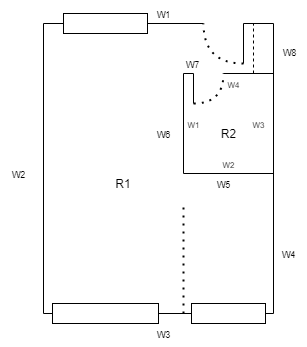
Before: SmallDepartment/Floorplan_Small_Apartment.png, a diagram exported from draw.io (Kristian1997/ARTestData). Source tidied: cells renumbered, new cells last; positions are measured from the earlier drawing's top-left corner, leaving out a move shared by most shapes. Its diagram source:
```xml
<mxGraphModel>
  <root>
    <mxCell id="0" />
    <mxCell id="1" parent="0" />
    <mxCell id="2" style="endArrow=none;html=1;" parent="1" edge="1">
      <mxGeometry relative="1" as="geometry">
        <mxPoint x="40" y="310" as="sourcePoint" />
        <mxPoint x="40" y="20" as="targetPoint" />
      </mxGeometry>
    </mxCell>
    <mxCell id="3" style="endArrow=none;html=1;" parent="1" edge="1" source="19">
      <mxGeometry relative="1" as="geometry">
        <mxPoint x="270" y="310" as="targetPoint" />
      </mxGeometry>
    </mxCell>
    <mxCell id="4" style="endArrow=none;html=1;" parent="1" edge="1">
      <mxGeometry relative="1" as="geometry">
        <mxPoint x="40" y="20" as="sourcePoint" />
        <mxPoint x="200" y="20" as="targetPoint" />
      </mxGeometry>
    </mxCell>
    <mxCell id="5" style="endArrow=none;html=1;" parent="1" edge="1">
      <mxGeometry relative="1" as="geometry">
        <mxPoint x="270" y="310" as="sourcePoint" />
        <mxPoint x="270" y="20" as="targetPoint" />
      </mxGeometry>
    </mxCell>
    <mxCell id="6" value="&lt;font style=&quot;font-size: 9px&quot;&gt;W8&lt;/font&gt;" style="edgeLabel;html=1;align=center;verticalAlign=middle;" parent="5" vertex="1">
      <mxGeometry x="0.88" y="-4" relative="1" as="geometry">
        <mxPoint x="11" y="11" as="offset" />
      </mxGeometry>
    </mxCell>
    <mxCell id="7" style="endArrow=none;html=1;" parent="1" edge="1">
      <mxGeometry relative="1" as="geometry">
        <mxPoint x="270" y="70" as="sourcePoint" />
        <mxPoint x="220" y="70" as="targetPoint" />
      </mxGeometry>
    </mxCell>
    <mxCell id="8" style="endArrow=none;html=1;" parent="1" edge="1">
      <mxGeometry relative="1" as="geometry">
        <mxPoint x="180" y="70" as="sourcePoint" />
        <mxPoint x="180" y="170" as="targetPoint" />
      </mxGeometry>
    </mxCell>
    <mxCell id="9" style="endArrow=none;html=1;" parent="1" edge="1">
      <mxGeometry relative="1" as="geometry">
        <mxPoint x="270" y="170" as="sourcePoint" />
        <mxPoint x="180" y="170" as="targetPoint" />
      </mxGeometry>
    </mxCell>
    <mxCell id="10" style="endArrow=none;dashed=1;html=1;dashPattern=1 3;strokeWidth=2;edgeStyle=orthogonalEdgeStyle;curved=1;" parent="1" edge="1">
      <mxGeometry relative="1" as="geometry">
        <mxPoint x="190" y="100" as="sourcePoint" />
        <mxPoint x="220" y="70" as="targetPoint" />
      </mxGeometry>
    </mxCell>
    <mxCell id="11" style="endArrow=none;html=1;" parent="1" edge="1">
      <mxGeometry relative="1" as="geometry">
        <mxPoint x="240" y="20" as="sourcePoint" />
        <mxPoint x="270" y="20" as="targetPoint" />
      </mxGeometry>
    </mxCell>
    <mxCell id="12" style="endArrow=none;dashed=1;html=1;dashPattern=1 3;strokeWidth=2;edgeStyle=orthogonalEdgeStyle;curved=1;" parent="1" edge="1">
      <mxGeometry relative="1" as="geometry">
        <mxPoint x="240" y="60" as="sourcePoint" />
        <mxPoint x="200" y="20" as="targetPoint" />
      </mxGeometry>
    </mxCell>
    <mxCell id="13" style="endArrow=none;html=1;" parent="1" edge="1">
      <mxGeometry relative="1" as="geometry">
        <mxPoint x="240" y="60" as="sourcePoint" />
        <mxPoint x="240" y="20" as="targetPoint" />
      </mxGeometry>
    </mxCell>
    <mxCell id="14" style="endArrow=none;html=1;" parent="1" edge="1">
      <mxGeometry relative="1" as="geometry">
        <mxPoint x="190" y="100" as="sourcePoint" />
        <mxPoint x="190" y="70" as="targetPoint" />
      </mxGeometry>
    </mxCell>
    <mxCell id="15" style="endArrow=none;html=1;" parent="1" edge="1">
      <mxGeometry relative="1" as="geometry">
        <mxPoint x="190" y="70" as="sourcePoint" />
        <mxPoint x="180" y="70" as="targetPoint" />
      </mxGeometry>
    </mxCell>
    <mxCell id="16" style="endArrow=none;dashed=1;html=1;" parent="1" edge="1">
      <mxGeometry relative="1" as="geometry">
        <mxPoint x="250" y="70" as="sourcePoint" />
        <mxPoint x="250" y="20" as="targetPoint" />
      </mxGeometry>
    </mxCell>
    <mxCell id="17" style="rounded=0;whiteSpace=wrap;html=1;" parent="1" vertex="1">
      <mxGeometry x="49" y="300" width="106" height="20" as="geometry" />
    </mxCell>
    <mxCell id="18" style="endArrow=none;html=1;" parent="1" edge="1" target="17">
      <mxGeometry relative="1" as="geometry">
        <mxPoint x="40" y="310" as="sourcePoint" />
      </mxGeometry>
    </mxCell>
    <mxCell id="19" style="rounded=0;whiteSpace=wrap;html=1;" parent="1" vertex="1">
      <mxGeometry x="188" y="300" width="74" height="20" as="geometry" />
    </mxCell>
    <mxCell id="20" style="endArrow=none;html=1;" parent="1" edge="1" source="17" target="19">
      <mxGeometry relative="1" as="geometry" />
    </mxCell>
    <mxCell id="21" style="rounded=0;whiteSpace=wrap;html=1;" parent="1" vertex="1">
      <mxGeometry x="60" y="10" width="84" height="20" as="geometry" />
    </mxCell>
    <mxCell id="22" style="endArrow=none;dashed=1;html=1;dashPattern=1 3;strokeWidth=2;" parent="1" edge="1">
      <mxGeometry relative="1" as="geometry">
        <mxPoint x="180" y="310" as="sourcePoint" />
        <mxPoint x="180" y="200" as="targetPoint" />
      </mxGeometry>
    </mxCell>
    <mxCell id="23" value="R1" style="text;html=1;strokeColor=none;fillColor=none;align=center;verticalAlign=middle;whiteSpace=wrap;rounded=0;" parent="1" vertex="1">
      <mxGeometry x="100" y="170" width="40" height="20" as="geometry" />
    </mxCell>
    <mxCell id="24" value="R2" style="text;html=1;align=center;verticalAlign=middle;" parent="1" vertex="1">
      <mxGeometry x="210" y="120" width="30" height="20" as="geometry" />
    </mxCell>
    <mxCell id="25" value="&lt;font style=&quot;font-size: 9px&quot;&gt;W1&lt;/font&gt;" style="text;html=1;align=center;verticalAlign=middle;" parent="1" vertex="1">
      <mxGeometry x="145" width="30" height="20" as="geometry" />
    </mxCell>
    <mxCell id="26" value="&lt;font style=&quot;font-size: 9px&quot;&gt;W2&lt;/font&gt;" style="text;html=1;align=center;verticalAlign=middle;" parent="1" vertex="1">
      <mxGeometry y="160" width="30" height="20" as="geometry" />
    </mxCell>
    <mxCell id="27" value="&lt;font style=&quot;font-size: 9px&quot;&gt;W3&lt;/font&gt;" style="text;html=1;align=center;verticalAlign=middle;" parent="1" vertex="1">
      <mxGeometry x="145" y="320" width="30" height="20" as="geometry" />
    </mxCell>
    <mxCell id="28" value="&lt;font style=&quot;font-size: 9px&quot;&gt;W4&lt;/font&gt;" style="text;html=1;align=center;verticalAlign=middle;" parent="1" vertex="1">
      <mxGeometry x="270" y="240" width="30" height="20" as="geometry" />
    </mxCell>
    <mxCell id="29" value="&lt;font style=&quot;font-size: 9px&quot;&gt;W5&lt;/font&gt;" style="text;html=1;align=center;verticalAlign=middle;" parent="1" vertex="1">
      <mxGeometry x="205" y="170" width="30" height="20" as="geometry" />
    </mxCell>
    <mxCell id="30" value="&lt;font style=&quot;font-size: 9px&quot;&gt;W6&lt;/font&gt;" style="text;html=1;align=center;verticalAlign=middle;" parent="1" vertex="1">
      <mxGeometry x="145" y="120" width="30" height="20" as="geometry" />
    </mxCell>
    <mxCell id="31" value="&lt;font style=&quot;font-size: 9px&quot;&gt;W7&lt;/font&gt;" style="text;html=1;align=center;verticalAlign=middle;" parent="1" vertex="1">
      <mxGeometry x="174" y="50" width="30" height="20" as="geometry" />
    </mxCell>
    <mxCell id="32" value="&lt;font style=&quot;font-size: 8px&quot;&gt;W1&lt;/font&gt;" style="text;html=1;align=center;verticalAlign=middle;" parent="1" vertex="1">
      <mxGeometry x="175" y="110" width="30" height="20" as="geometry" />
    </mxCell>
    <mxCell id="33" value="&lt;font style=&quot;font-size: 8px&quot;&gt;W2&lt;br&gt;&lt;/font&gt;" style="text;html=1;align=center;verticalAlign=middle;" parent="1" vertex="1">
      <mxGeometry x="210" y="150" width="30" height="20" as="geometry" />
    </mxCell>
    <mxCell id="34" value="&lt;font style=&quot;font-size: 8px&quot;&gt;W3&lt;/font&gt;" style="text;html=1;align=center;verticalAlign=middle;" parent="1" vertex="1">
      <mxGeometry x="240" y="110" width="30" height="20" as="geometry" />
    </mxCell>
    <mxCell id="35" value="&lt;font style=&quot;font-size: 8px&quot;&gt;W4&lt;/font&gt;" style="text;html=1;align=center;verticalAlign=middle;" parent="1" vertex="1">
      <mxGeometry x="215" y="70" width="30" height="20" as="geometry" />
    </mxCell>
  </root>
</mxGraphModel>
```
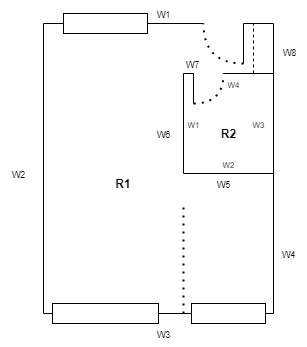
Above is the later version.

Diff of the diagram source:
```diff
@@ -113,10 +113,10 @@
         <mxPoint x="180" y="200" as="targetPoint" />
       </mxGeometry>
     </mxCell>
-    <mxCell id="23" value="R1" style="text;html=1;strokeColor=none;fillColor=none;align=center;verticalAlign=middle;whiteSpace=wrap;rounded=0;" parent="1" vertex="1">
+    <mxCell id="23" value="&lt;b&gt;R1&lt;/b&gt;" style="text;html=1;strokeColor=none;fillColor=none;align=center;verticalAlign=middle;whiteSpace=wrap;rounded=0;" parent="1" vertex="1">
       <mxGeometry x="100" y="170" width="40" height="20" as="geometry" />
     </mxCell>
-    <mxCell id="24" value="R2" style="text;html=1;align=center;verticalAlign=middle;" parent="1" vertex="1">
+    <mxCell id="24" value="&lt;b&gt;R2&lt;/b&gt;" style="text;html=1;align=center;verticalAlign=middle;" parent="1" vertex="1">
       <mxGeometry x="210" y="120" width="30" height="20" as="geometry" />
     </mxCell>
     <mxCell id="25" value="&lt;font style=&quot;font-size: 9px&quot;&gt;W1&lt;/font&gt;" style="text;html=1;align=center;verticalAlign=middle;" parent="1" vertex="1">
```
